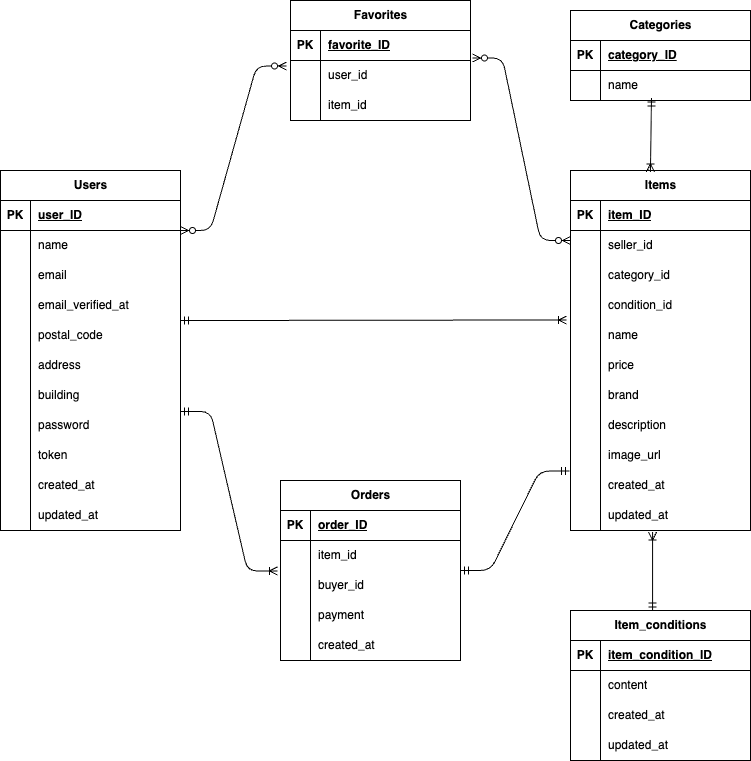
Before: ER.drawio.png, a diagram exported from draw.io (jinichi-haishima/Flea-market-app). Source tidied: cells renumbered, new cells last; positions are measured from the earlier drawing's top-left corner, leaving out a move shared by most shapes.
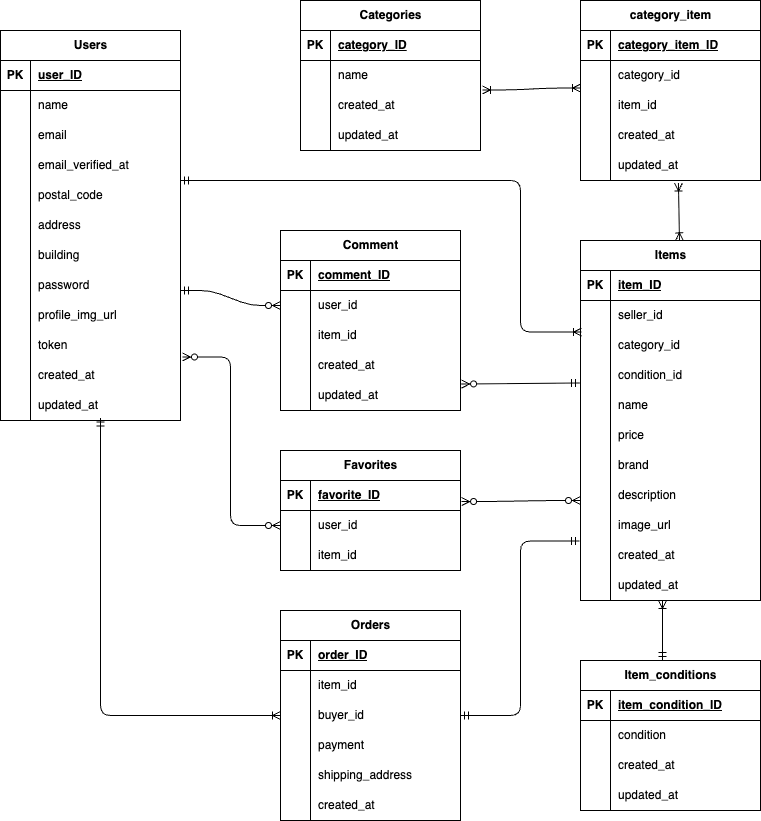
The same file after the commit.

What changed in the source:
```diff
@@ -5,3 +5,3 @@
     <mxCell id="2" value="Users" style="shape=table;startSize=30;rowLines=0;fontStyle=1;align=center;html=1;" parent="1" vertex="1">
-      <mxGeometry y="170" width="180" height="360" as="geometry" />
+      <mxGeometry x="-10" y="10" width="180" height="390" as="geometry" />
     </mxCell>
@@ -79,4 +79,13 @@
     </mxCell>
+    <mxCell id="123" style="shape=tableRow;horizontal=0;startSize=0;swimlaneHead=0;swimlaneBody=0;fillColor=none;top=0;left=0;right=0;bottom=0;" parent="2" vertex="1">
+      <mxGeometry y="270" width="180" height="30" as="geometry" />
+    </mxCell>
+    <mxCell id="124" style="shape=partialRectangle;fillColor=none;top=0;left=0;bottom=0;right=0;overflow=hidden;whiteSpace=wrap;html=1;" parent="123" vertex="1">
+      <mxGeometry width="30" height="30" as="geometry" />
+    </mxCell>
+    <mxCell id="125" value="profile_img_url" style="shape=partialRectangle;fillColor=none;top=0;left=0;bottom=0;right=0;align=left;spacingLeft=6;overflow=hidden;whiteSpace=wrap;html=1;" parent="123" vertex="1">
+      <mxGeometry x="30" width="150" height="30" as="geometry" />
+    </mxCell>
     <mxCell id="27" style="shape=tableRow;horizontal=0;startSize=0;swimlaneHead=0;swimlaneBody=0;fillColor=none;top=0;left=0;right=0;bottom=0;" parent="2" vertex="1">
-      <mxGeometry y="270" width="180" height="30" as="geometry" />
+      <mxGeometry y="300" width="180" height="30" as="geometry" />
     </mxCell>
@@ -89,3 +98,3 @@
     <mxCell id="30" style="shape=tableRow;horizontal=0;startSize=0;swimlaneHead=0;swimlaneBody=0;fillColor=none;points=[[0,0.5],[1,0.5]];portConstraint=eastwest;top=0;left=0;right=0;bottom=0;" parent="2" vertex="1">
-      <mxGeometry y="300" width="180" height="30" as="geometry" />
+      <mxGeometry y="330" width="180" height="30" as="geometry" />
     </mxCell>
@@ -98,3 +107,3 @@
     <mxCell id="33" style="shape=tableRow;horizontal=0;startSize=0;swimlaneHead=0;swimlaneBody=0;fillColor=none;points=[[0,0.5],[1,0.5]];portConstraint=eastwest;top=0;left=0;right=0;bottom=0;" parent="2" vertex="1">
-      <mxGeometry y="330" width="180" height="30" as="geometry" />
+      <mxGeometry y="360" width="180" height="30" as="geometry" />
     </mxCell>
@@ -107,3 +116,3 @@
     <mxCell id="36" value="Items" style="shape=table;startSize=30;rowLines=0;fontStyle=1;align=center;html=1;" parent="1" vertex="1">
-      <mxGeometry x="570" y="170" width="180" height="360" as="geometry" />
+      <mxGeometry x="570" y="220" width="180" height="360" as="geometry" />
     </mxCell>
@@ -209,3 +218,3 @@
     <mxCell id="70" value="Favorites" style="shape=table;startSize=30;rowLines=0;fontStyle=1;align=center;html=1;" parent="1" vertex="1">
-      <mxGeometry x="290" width="180" height="120" as="geometry" />
+      <mxGeometry x="270" y="430" width="180" height="120" as="geometry" />
     </mxCell>
@@ -239,3 +248,3 @@
     <mxCell id="80" value="Orders" style="shape=table;startSize=30;rowLines=0;fontStyle=1;align=center;html=1;" parent="1" vertex="1">
-      <mxGeometry x="280" y="480" width="180" height="180" as="geometry" />
+      <mxGeometry x="270" y="590" width="180" height="210" as="geometry" />
     </mxCell>
@@ -277,4 +286,13 @@
     </mxCell>
+    <mxCell id="126" style="shape=tableRow;horizontal=0;startSize=0;swimlaneHead=0;swimlaneBody=0;fillColor=none;top=0;left=0;right=0;bottom=0;" parent="80" vertex="1">
+      <mxGeometry y="150" width="180" height="30" as="geometry" />
+    </mxCell>
+    <mxCell id="127" style="shape=partialRectangle;fillColor=none;top=0;left=0;bottom=0;right=0;overflow=hidden;whiteSpace=wrap;html=1;" parent="126" vertex="1">
+      <mxGeometry width="30" height="30" as="geometry" />
+    </mxCell>
+    <mxCell id="128" value="shipping_address" style="shape=partialRectangle;fillColor=none;top=0;left=0;bottom=0;right=0;align=left;spacingLeft=6;overflow=hidden;whiteSpace=wrap;html=1;" parent="126" vertex="1">
+      <mxGeometry x="30" width="150" height="30" as="geometry" />
+    </mxCell>
     <mxCell id="93" style="shape=tableRow;horizontal=0;startSize=0;swimlaneHead=0;swimlaneBody=0;fillColor=none;top=0;left=0;right=0;bottom=0;" parent="80" vertex="1">
-      <mxGeometry y="150" width="180" height="30" as="geometry" />
+      <mxGeometry y="180" width="180" height="30" as="geometry" />
     </mxCell>
@@ -287,3 +305,3 @@
     <mxCell id="96" value="Categories" style="shape=table;startSize=30;rowLines=0;fontStyle=1;align=center;html=1;" parent="1" vertex="1">
-      <mxGeometry x="570" y="10" width="180" height="90" as="geometry" />
+      <mxGeometry x="290" y="-20" width="180" height="150" as="geometry" />
     </mxCell>
@@ -307,4 +325,22 @@
     </mxCell>
+    <mxCell id="129" style="shape=tableRow;horizontal=0;startSize=0;swimlaneHead=0;swimlaneBody=0;fillColor=none;points=[[0,0.5],[1,0.5]];portConstraint=eastwest;top=0;left=0;right=0;bottom=0;" parent="96" vertex="1">
+      <mxGeometry y="90" width="180" height="30" as="geometry" />
+    </mxCell>
+    <mxCell id="130" style="shape=partialRectangle;fillColor=none;top=0;left=0;bottom=0;right=0;overflow=hidden;whiteSpace=wrap;html=1;" parent="129" vertex="1">
+      <mxGeometry width="30" height="30" as="geometry" />
+    </mxCell>
+    <mxCell id="131" value="created_at" style="shape=partialRectangle;fillColor=none;top=0;left=0;bottom=0;right=0;align=left;spacingLeft=6;overflow=hidden;whiteSpace=wrap;html=1;" parent="129" vertex="1">
+      <mxGeometry x="30" width="150" height="30" as="geometry" />
+    </mxCell>
+    <mxCell id="132" style="shape=tableRow;horizontal=0;startSize=0;swimlaneHead=0;swimlaneBody=0;fillColor=none;top=0;left=0;right=0;bottom=0;" parent="96" vertex="1">
+      <mxGeometry y="120" width="180" height="30" as="geometry" />
+    </mxCell>
+    <mxCell id="133" style="shape=partialRectangle;fillColor=none;top=0;left=0;bottom=0;right=0;overflow=hidden;whiteSpace=wrap;html=1;" parent="132" vertex="1">
+      <mxGeometry width="30" height="30" as="geometry" />
+    </mxCell>
+    <mxCell id="134" value="updated_at" style="shape=partialRectangle;fillColor=none;top=0;left=0;bottom=0;right=0;align=left;spacingLeft=6;overflow=hidden;whiteSpace=wrap;html=1;" parent="132" vertex="1">
+      <mxGeometry x="30" width="150" height="30" as="geometry" />
+    </mxCell>
     <mxCell id="103" value="Item_conditions" style="shape=table;startSize=30;rowLines=0;fontStyle=1;align=center;html=1;" parent="1" vertex="1">
-      <mxGeometry x="570" y="610" width="180" height="150" as="geometry" />
+      <mxGeometry x="570" y="640" width="180" height="150" as="geometry" />
     </mxCell>
@@ -325,3 +361,3 @@
     </mxCell>
-    <mxCell id="109" value="content" style="shape=partialRectangle;fillColor=none;top=0;left=0;bottom=0;right=0;align=left;spacingLeft=6;overflow=hidden;whiteSpace=wrap;html=1;" parent="107" vertex="1">
+    <mxCell id="109" value="condition" style="shape=partialRectangle;fillColor=none;top=0;left=0;bottom=0;right=0;align=left;spacingLeft=6;overflow=hidden;whiteSpace=wrap;html=1;" parent="107" vertex="1">
       <mxGeometry x="30" width="150" height="30" as="geometry" />
@@ -346,34 +382,44 @@
     </mxCell>
-    <mxCell id="116" style="edgeStyle=entityRelationEdgeStyle;fontSize=12;html=1;endArrow=ERzeroToMany;endFill=1;startArrow=ERzeroToMany;entryX=-0.022;entryY=0.183;entryDx=0;entryDy=0;entryPerimeter=0;" parent="1" edge="1" target="74">
-      <mxGeometry relative="1" as="geometry">
-        <mxPoint x="180" y="230" as="sourcePoint" />
-      </mxGeometry>
+    <mxCell id="116" style="edgeStyle=orthogonalEdgeStyle;fontSize=12;html=1;endArrow=ERzeroToMany;endFill=1;startArrow=ERzeroToMany;exitX=1.011;exitY=-0.117;exitDx=0;exitDy=0;exitPerimeter=0;entryX=0;entryY=0.5;entryDx=0;entryDy=0;" parent="1" edge="1" source="30" target="74">
+      <mxGeometry relative="1" as="geometry" />
     </mxCell>
-    <mxCell id="117" style="edgeStyle=entityRelationEdgeStyle;fontSize=12;html=1;endArrow=ERoneToMany;startArrow=ERmandOne;entryX=-0.022;entryY=-0.017;entryDx=0;entryDy=0;entryPerimeter=0;" parent="1" edge="1" target="49">
+    <mxCell id="117" style="edgeStyle=elbowEdgeStyle;fontSize=12;html=1;endArrow=ERoneToMany;startArrow=ERmandOne;entryX=0.006;entryY=1.05;entryDx=0;entryDy=0;entryPerimeter=0;" parent="1" edge="1" target="40">
       <mxGeometry relative="1" as="geometry">
-        <mxPoint x="180" y="320" as="sourcePoint" />
+        <mxPoint x="170" y="160" as="sourcePoint" />
+        <Array as="points">
+          <mxPoint x="510" y="240" />
+        </Array>
       </mxGeometry>
     </mxCell>
-    <mxCell id="118" style="fontSize=12;html=1;endArrow=ERoneToMany;startArrow=ERmandOne;entryX=0.444;entryY=0.004;entryDx=0;entryDy=0;exitX=0.45;exitY=0.917;exitDx=0;exitDy=0;exitPerimeter=0;entryPerimeter=0;" parent="1" edge="1" source="100" target="36">
-      <mxGeometry relative="1" as="geometry" />
-    </mxCell>
-    <mxCell id="119" style="fontSize=12;html=1;endArrow=ERoneToMany;startArrow=ERmandOne;entryX=0.456;entryY=1.05;entryDx=0;entryDy=0;exitX=0.456;exitY=0.003;exitDx=0;exitDy=0;exitPerimeter=0;entryPerimeter=0;" parent="1" edge="1" source="103" target="67">
-      <mxGeometry relative="1" as="geometry" />
+    <mxCell id="119" style="fontSize=12;html=1;endArrow=ERoneToMany;startArrow=ERmandOne;" parent="1" edge="1">
+      <mxGeometry relative="1" as="geometry">
+        <mxPoint x="652" y="640" as="sourcePoint" />
+        <mxPoint x="652" y="580" as="targetPoint" />
+      </mxGeometry>
     </mxCell>
-    <mxCell id="120" style="edgeStyle=entityRelationEdgeStyle;fontSize=12;html=1;endArrow=ERmandOne;startArrow=ERmandOne;entryX=-0.006;entryY=0.017;entryDx=0;entryDy=0;entryPerimeter=0;" parent="1" edge="1" target="64">
+    <mxCell id="120" style="edgeStyle=orthogonalEdgeStyle;fontSize=12;html=1;endArrow=ERmandOne;startArrow=ERmandOne;entryX=-0.006;entryY=0.017;entryDx=0;entryDy=0;entryPerimeter=0;exitX=1;exitY=0.5;exitDx=0;exitDy=0;" parent="1" edge="1" source="87" target="64">
       <mxGeometry relative="1" as="geometry">
-        <mxPoint x="460" y="570" as="sourcePoint" />
+        <Array as="points">
+          <mxPoint x="510" y="695" />
+          <mxPoint x="510" y="521" />
+        </Array>
       </mxGeometry>
     </mxCell>
-    <mxCell id="121" style="edgeStyle=entityRelationEdgeStyle;fontSize=12;html=1;endArrow=ERoneToMany;startArrow=ERmandOne;entryX=-0.017;entryY=0.017;entryDx=0;entryDy=0;entryPerimeter=0;" parent="1" edge="1" target="87">
+    <mxCell id="121" style="fontSize=12;html=1;endArrow=ERoneToMany;startArrow=ERmandOne;entryX=0;entryY=0.5;entryDx=0;entryDy=0;exitX=0.556;exitY=0.917;exitDx=0;exitDy=0;exitPerimeter=0;edgeStyle=orthogonalEdgeStyle;" parent="1" edge="1" source="33" target="87">
       <mxGeometry relative="1" as="geometry">
-        <mxPoint x="180" y="411" as="sourcePoint" />
+        <Array as="points">
+          <mxPoint x="90" y="695" />
+        </Array>
       </mxGeometry>
     </mxCell>
-    <mxCell id="122" style="edgeStyle=entityRelationEdgeStyle;fontSize=12;html=1;endArrow=ERzeroToMany;endFill=1;startArrow=ERzeroToMany;entryX=-0.022;entryY=0.183;entryDx=0;entryDy=0;entryPerimeter=0;exitX=1.011;exitY=-0.083;exitDx=0;exitDy=0;exitPerimeter=0;" parent="1" edge="1" source="74">
+    <mxCell id="122" style="edgeStyle=entityRelationEdgeStyle;fontSize=12;html=1;endArrow=ERzeroToMany;endFill=1;startArrow=ERzeroToMany;entryX=-0.006;entryY=0.15;entryDx=0;entryDy=0;exitX=1;exitY=0.017;exitDx=0;exitDy=0;exitPerimeter=0;entryPerimeter=0;" parent="1" edge="1">
       <mxGeometry relative="1" as="geometry">
-        <mxPoint x="570" y="240" as="targetPoint" />
+        <mxPoint x="451.1" y="481" as="sourcePoint" />
+        <mxPoint x="570" y="480" as="targetPoint" />
         <Array as="points">
-          <mxPoint x="490" y="50" />
-          <mxPoint x="480" y="200" />
+          <mxPoint x="491.1" y="90.5" />
+          <mxPoint x="491.1" y="70.5" />
+          <mxPoint x="569.1" y="370.5" />
+          <mxPoint x="499.1" y="133" />
+          <mxPoint x="489.1" y="283" />
         </Array>
@@ -381,2 +427,112 @@
     </mxCell>
+    <mxCell id="135" value="category_item" style="shape=table;startSize=30;rowLines=0;fontStyle=1;align=center;html=1;" parent="1" vertex="1">
+      <mxGeometry x="570" y="-20" width="180" height="180" as="geometry" />
+    </mxCell>
+    <mxCell id="136" style="shape=tableRow;horizontal=0;startSize=0;swimlaneHead=0;swimlaneBody=0;fillColor=none;top=0;left=0;right=0;bottom=1;" parent="135" vertex="1">
+      <mxGeometry y="30" width="180" height="30" as="geometry" />
+    </mxCell>
+    <mxCell id="137" value="PK" style="shape=partialRectangle;fillColor=none;top=0;left=0;bottom=0;right=0;fontStyle=1;overflow=hidden;whiteSpace=wrap;html=1;" parent="136" vertex="1">
+      <mxGeometry width="30" height="30" as="geometry" />
+    </mxCell>
+    <mxCell id="138" value="category_item_ID" style="shape=partialRectangle;fillColor=none;top=0;left=0;bottom=0;right=0;align=left;spacingLeft=6;fontStyle=5;overflow=hidden;whiteSpace=wrap;html=1;" parent="136" vertex="1">
+      <mxGeometry x="30" width="150" height="30" as="geometry" />
+    </mxCell>
+    <mxCell id="139" style="shape=tableRow;horizontal=0;startSize=0;swimlaneHead=0;swimlaneBody=0;fillColor=none;top=0;left=0;right=0;bottom=0;" parent="135" vertex="1">
+      <mxGeometry y="60" width="180" height="30" as="geometry" />
+    </mxCell>
+    <mxCell id="140" style="shape=partialRectangle;fillColor=none;top=0;left=0;bottom=0;right=0;overflow=hidden;whiteSpace=wrap;html=1;" parent="139" vertex="1">
+      <mxGeometry width="30" height="30" as="geometry" />
+    </mxCell>
+    <mxCell id="141" value="category_id" style="shape=partialRectangle;fillColor=none;top=0;left=0;bottom=0;right=0;align=left;spacingLeft=6;overflow=hidden;whiteSpace=wrap;html=1;" parent="139" vertex="1">
+      <mxGeometry x="30" width="150" height="30" as="geometry" />
+    </mxCell>
+    <mxCell id="142" style="shape=tableRow;horizontal=0;startSize=0;swimlaneHead=0;swimlaneBody=0;fillColor=none;points=[[0,0.5],[1,0.5]];portConstraint=eastwest;top=0;left=0;right=0;bottom=0;" parent="135" vertex="1">
+      <mxGeometry y="90" width="180" height="30" as="geometry" />
+    </mxCell>
+    <mxCell id="143" style="shape=partialRectangle;fillColor=none;top=0;left=0;bottom=0;right=0;overflow=hidden;whiteSpace=wrap;html=1;" parent="142" vertex="1">
+      <mxGeometry width="30" height="30" as="geometry" />
+    </mxCell>
+    <mxCell id="144" value="item_id" style="shape=partialRectangle;fillColor=none;top=0;left=0;bottom=0;right=0;align=left;spacingLeft=6;overflow=hidden;whiteSpace=wrap;html=1;" parent="142" vertex="1">
+      <mxGeometry x="30" width="150" height="30" as="geometry" />
+    </mxCell>
+    <mxCell id="145" style="shape=tableRow;horizontal=0;startSize=0;swimlaneHead=0;swimlaneBody=0;fillColor=none;top=0;left=0;right=0;bottom=0;" parent="135" vertex="1">
+      <mxGeometry y="120" width="180" height="30" as="geometry" />
+    </mxCell>
+    <mxCell id="146" style="shape=partialRectangle;fillColor=none;top=0;left=0;bottom=0;right=0;overflow=hidden;whiteSpace=wrap;html=1;" parent="145" vertex="1">
+      <mxGeometry width="30" height="30" as="geometry" />
+    </mxCell>
+    <mxCell id="147" value="created_at" style="shape=partialRectangle;fillColor=none;top=0;left=0;bottom=0;right=0;align=left;spacingLeft=6;overflow=hidden;whiteSpace=wrap;html=1;" parent="145" vertex="1">
+      <mxGeometry x="30" width="150" height="30" as="geometry" />
+    </mxCell>
+    <mxCell id="148" style="shape=tableRow;horizontal=0;startSize=0;swimlaneHead=0;swimlaneBody=0;fillColor=none;points=[[0,0.5],[1,0.5]];portConstraint=eastwest;top=0;left=0;right=0;bottom=0;" parent="135" vertex="1">
+      <mxGeometry y="150" width="180" height="30" as="geometry" />
+    </mxCell>
+    <mxCell id="149" style="shape=partialRectangle;fillColor=none;top=0;left=0;bottom=0;right=0;overflow=hidden;whiteSpace=wrap;html=1;" parent="148" vertex="1">
+      <mxGeometry width="30" height="30" as="geometry" />
+    </mxCell>
+    <mxCell id="150" value="updated_at" style="shape=partialRectangle;fillColor=none;top=0;left=0;bottom=0;right=0;align=left;spacingLeft=6;overflow=hidden;whiteSpace=wrap;html=1;" parent="148" vertex="1">
+      <mxGeometry x="30" width="150" height="30" as="geometry" />
+    </mxCell>
+    <mxCell id="151" style="edgeStyle=entityRelationEdgeStyle;fontSize=12;html=1;endArrow=ERoneToMany;startArrow=ERoneToMany;exitX=1.011;exitY=-0.017;exitDx=0;exitDy=0;exitPerimeter=0;entryX=0;entryY=-0.083;entryDx=0;entryDy=0;entryPerimeter=0;" parent="1" edge="1" source="129" target="142">
+      <mxGeometry relative="1" as="geometry" />
+    </mxCell>
+    <mxCell id="152" style="fontSize=12;html=1;endArrow=ERoneToMany;startArrow=ERoneToMany;exitX=0.544;exitY=1.083;exitDx=0;exitDy=0;exitPerimeter=0;entryX=0.55;entryY=0.001;entryDx=0;entryDy=0;entryPerimeter=0;" parent="1" edge="1" source="148" target="36">
+      <mxGeometry relative="1" as="geometry" />
+    </mxCell>
+    <mxCell id="153" value="Comment" style="shape=table;startSize=30;rowLines=0;fontStyle=1;align=center;html=1;" parent="1" vertex="1">
+      <mxGeometry x="270" y="210" width="180" height="180" as="geometry" />
+    </mxCell>
+    <mxCell id="154" style="shape=tableRow;horizontal=0;startSize=0;swimlaneHead=0;swimlaneBody=0;fillColor=none;top=0;left=0;right=0;bottom=1;" parent="153" vertex="1">
+      <mxGeometry y="30" width="180" height="30" as="geometry" />
+    </mxCell>
+    <mxCell id="155" value="PK" style="shape=partialRectangle;fillColor=none;top=0;left=0;bottom=0;right=0;fontStyle=1;overflow=hidden;whiteSpace=wrap;html=1;" parent="154" vertex="1">
+      <mxGeometry width="30" height="30" as="geometry" />
+    </mxCell>
+    <mxCell id="156" value="comment_ID" style="shape=partialRectangle;fillColor=none;top=0;left=0;bottom=0;right=0;align=left;spacingLeft=6;fontStyle=5;overflow=hidden;whiteSpace=wrap;html=1;" parent="154" vertex="1">
+      <mxGeometry x="30" width="150" height="30" as="geometry" />
+    </mxCell>
+    <mxCell id="157" style="shape=tableRow;horizontal=0;startSize=0;swimlaneHead=0;swimlaneBody=0;fillColor=none;points=[[0,0.5],[1,0.5]];portConstraint=eastwest;top=0;left=0;right=0;bottom=0;" parent="153" vertex="1">
+      <mxGeometry y="60" width="180" height="30" as="geometry" />
+    </mxCell>
+    <mxCell id="158" style="shape=partialRectangle;fillColor=none;top=0;left=0;bottom=0;right=0;overflow=hidden;whiteSpace=wrap;html=1;" parent="157" vertex="1">
+      <mxGeometry width="30" height="30" as="geometry" />
+    </mxCell>
+    <mxCell id="159" value="user_id" style="shape=partialRectangle;fillColor=none;top=0;left=0;bottom=0;right=0;align=left;spacingLeft=6;overflow=hidden;whiteSpace=wrap;html=1;" parent="157" vertex="1">
+      <mxGeometry x="30" width="150" height="30" as="geometry" />
+    </mxCell>
+    <mxCell id="160" style="shape=tableRow;horizontal=0;startSize=0;swimlaneHead=0;swimlaneBody=0;fillColor=none;top=0;left=0;right=0;bottom=0;" parent="153" vertex="1">
+      <mxGeometry y="90" width="180" height="30" as="geometry" />
+    </mxCell>
+    <mxCell id="161" style="shape=partialRectangle;fillColor=none;top=0;left=0;bottom=0;right=0;overflow=hidden;whiteSpace=wrap;html=1;" parent="160" vertex="1">
+      <mxGeometry width="30" height="30" as="geometry" />
+    </mxCell>
+    <mxCell id="162" value="item_id" style="shape=partialRectangle;fillColor=none;top=0;left=0;bottom=0;right=0;align=left;spacingLeft=6;overflow=hidden;whiteSpace=wrap;html=1;" parent="160" vertex="1">
+      <mxGeometry x="30" width="150" height="30" as="geometry" />
+    </mxCell>
+    <mxCell id="163" style="shape=tableRow;horizontal=0;startSize=0;swimlaneHead=0;swimlaneBody=0;fillColor=none;top=0;left=0;right=0;bottom=0;" parent="153" vertex="1">
+      <mxGeometry y="120" width="180" height="30" as="geometry" />
+    </mxCell>
+    <mxCell id="164" style="shape=partialRectangle;fillColor=none;top=0;left=0;bottom=0;right=0;overflow=hidden;whiteSpace=wrap;html=1;" parent="163" vertex="1">
+      <mxGeometry width="30" height="30" as="geometry" />
+    </mxCell>
+    <mxCell id="165" value="created_at" style="shape=partialRectangle;fillColor=none;top=0;left=0;bottom=0;right=0;align=left;spacingLeft=6;overflow=hidden;whiteSpace=wrap;html=1;" parent="163" vertex="1">
+      <mxGeometry x="30" width="150" height="30" as="geometry" />
+    </mxCell>
+    <mxCell id="166" style="shape=tableRow;horizontal=0;startSize=0;swimlaneHead=0;swimlaneBody=0;fillColor=none;points=[[0,0.5],[1,0.5]];portConstraint=eastwest;top=0;left=0;right=0;bottom=0;" parent="153" vertex="1">
+      <mxGeometry y="150" width="180" height="30" as="geometry" />
+    </mxCell>
+    <mxCell id="167" style="shape=partialRectangle;fillColor=none;top=0;left=0;bottom=0;right=0;overflow=hidden;whiteSpace=wrap;html=1;" parent="166" vertex="1">
+      <mxGeometry width="30" height="30" as="geometry" />
+    </mxCell>
+    <mxCell id="168" value="updated_at" style="shape=partialRectangle;fillColor=none;top=0;left=0;bottom=0;right=0;align=left;spacingLeft=6;overflow=hidden;whiteSpace=wrap;html=1;" parent="166" vertex="1">
+      <mxGeometry x="30" width="150" height="30" as="geometry" />
+    </mxCell>
+    <mxCell id="169" style="edgeStyle=entityRelationEdgeStyle;fontSize=12;html=1;endArrow=ERzeroToMany;startArrow=ERmandOne;entryX=0;entryY=0.5;entryDx=0;entryDy=0;" parent="1" edge="1" target="157">
+      <mxGeometry relative="1" as="geometry">
+        <mxPoint x="170" y="270" as="sourcePoint" />
+      </mxGeometry>
+    </mxCell>
+    <mxCell id="170" style="fontSize=12;html=1;endArrow=ERzeroToMany;startArrow=ERmandOne;entryX=1.006;entryY=0.117;entryDx=0;entryDy=0;exitX=-0.006;exitY=0.75;exitDx=0;exitDy=0;entryPerimeter=0;exitPerimeter=0;" parent="1" edge="1" source="46" target="166">
+      <mxGeometry relative="1" as="geometry" />
+    </mxCell>
   </root>
```
